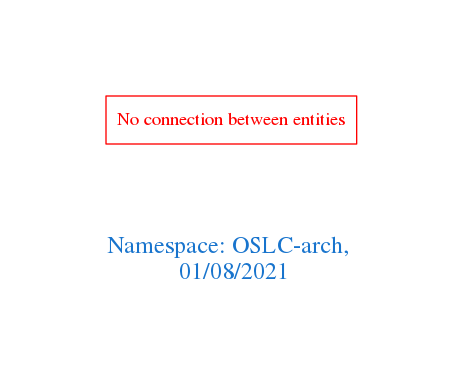
Earlier version of the Graphviz export downloads/OSLC-arch.png (arago/OGIT). Its source is kept beside it as downloads/OSLC-arch.dot.
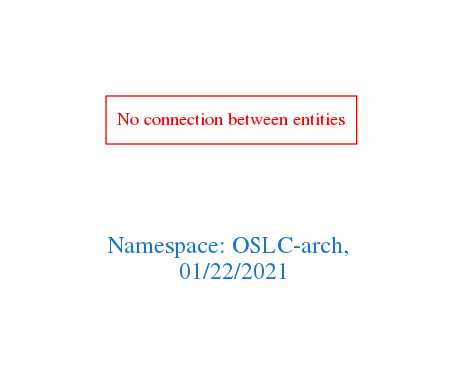
Later version of the same file.

Change to the diagram source:
```diff
@@ -1,7 +1,7 @@
 digraph OGIT_ontology {
  graph [ rankdir= LR,pad=1
 fontsize = 18,
-fontcolor= dodgerblue3,label = "\n\n\nNamespace: OSLC-arch, \n 01/08/2021"];
+fontcolor= dodgerblue3,label = "\n\n\nNamespace: OSLC-arch, \n 01/22/2021"];
 node[shape=polygon];
 edge [  color="gray81"];
 
```
